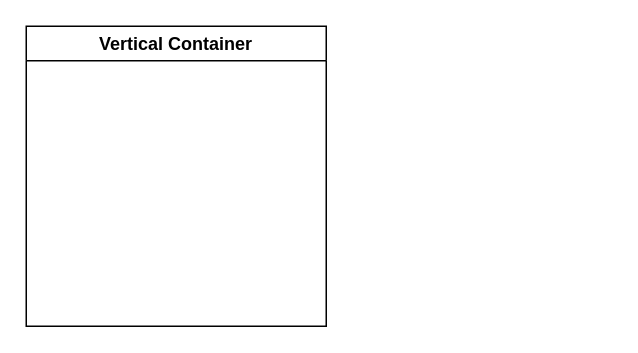
The draw.io diagram Untitled Diagram.drawio in immdraselkhan/surukore.com, before the edit. Source tidied: cells renumbered, new cells numbered last; positions are measured from the earlier drawing's top-left corner, leaving out a move shared by most shapes. Both pictures are drawn from the tidied source at 150%, with x=0, y=0 at pixel (26, 26).
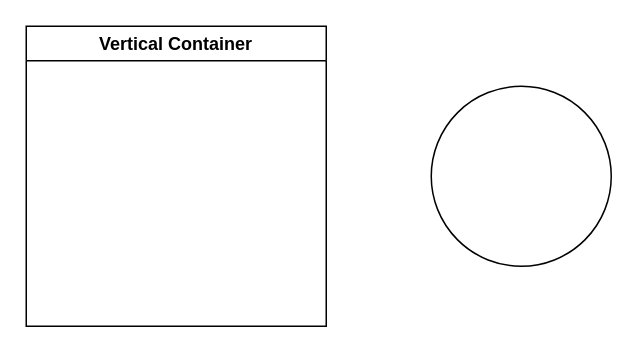
Above is the later version.

The edit, as a diff of the source:
```diff
@@
 <mxGraphModel>
   <root>
     <mxCell id="0" />
     <mxCell id="1" parent="0" />
     <mxCell id="2" value="Vertical Container" style="swimlane;whiteSpace=wrap;html=1;" parent="1" vertex="1">
       <mxGeometry width="200" height="200" as="geometry" />
     </mxCell>
+    <mxCell id="3" style="ellipse;whiteSpace=wrap;html=1;" parent="1" vertex="1">
+      <mxGeometry x="270" y="40" width="120" height="120" as="geometry" />
+    </mxCell>
   </root>
 </mxGraphModel>
```
